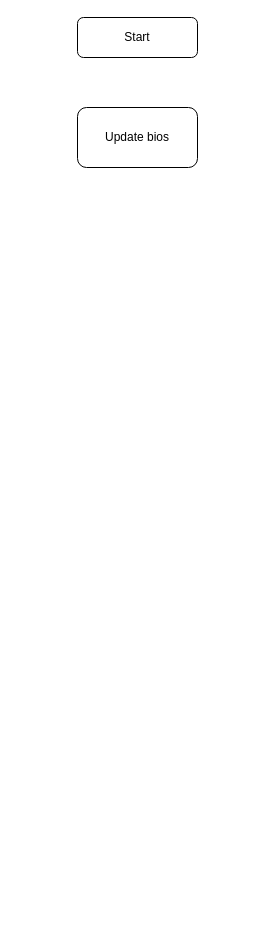
fallenprogrammr/opencore keeps this draw.io diagram as desktop-workflow.drawio. Above is the earlier version. Source tidied: cells renumbered, new cells numbered last; positions are measured from the earlier drawing's top-left corner, leaving out a move shared by most shapes. Both pictures are drawn from the tidied source at 100%, with x=0, y=0 at pixel (7, 17).
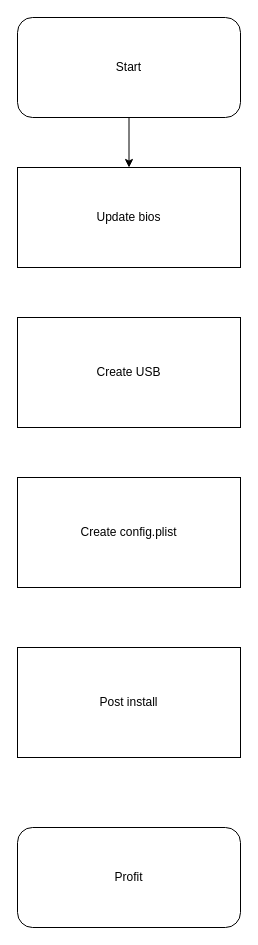
The same page after the edit.

What changed in the source:
```diff
@@
 <mxGraphModel>
   <root>
     <mxCell id="0" />
     <mxCell id="1" parent="0" />
     <mxCell id="2" value="Start" style="rounded=1;whiteSpace=wrap;html=1;fontSize=12;glass=0;strokeWidth=1;shadow=0;" parent="1" vertex="1">
-      <mxGeometry x="70" width="120" height="40" as="geometry" />
+      <mxGeometry x="10" width="223" height="100" as="geometry" />
     </mxCell>
     <mxCell id="3" value="Yes" style="edgeStyle=orthogonalEdgeStyle;rounded=0;html=1;jettySize=auto;orthogonalLoop=1;fontSize=11;endArrow=block;endFill=0;endSize=8;strokeWidth=1;shadow=0;labelBackgroundColor=none;" parent="1" edge="1">
       <mxGeometry y="10" relative="1" as="geometry">
         <mxPoint y="300" as="sourcePoint" />
       </mxGeometry>
     </mxCell>
-    <mxCell id="4" value="Update bios" style="rounded=1;whiteSpace=wrap;html=1;" parent="1" vertex="1">
-      <mxGeometry x="70" y="90" width="120" height="60" as="geometry" />
+    <mxCell id="4" value="Update bios" style="rounded=0;whiteSpace=wrap;html=1;" parent="1" vertex="1">
+      <mxGeometry x="10" y="150" width="223" height="100" as="geometry" />
     </mxCell>
+    <mxCell id="5" value="Create USB" style="rounded=0;whiteSpace=wrap;html=1;" parent="1" vertex="1">
+      <mxGeometry x="10" y="300" width="223" height="110" as="geometry" />
+    </mxCell>
+    <mxCell id="6" value="Create config.plist" style="rounded=0;whiteSpace=wrap;html=1;" parent="1" vertex="1">
+      <mxGeometry x="10" y="460" width="223" height="110" as="geometry" />
+    </mxCell>
+    <mxCell id="7" value="Post install" style="rounded=0;whiteSpace=wrap;html=1;" parent="1" vertex="1">
+      <mxGeometry x="10" y="630" width="223" height="110" as="geometry" />
+    </mxCell>
+    <mxCell id="8" value="Profit" style="rounded=1;whiteSpace=wrap;html=1;fontSize=12;glass=0;strokeWidth=1;shadow=0;" parent="1" vertex="1">
+      <mxGeometry x="10" y="810" width="223" height="100" as="geometry" />
+    </mxCell>
+    <mxCell id="9" style="endArrow=classic;html=1;exitX=0.5;exitY=1;exitDx=0;exitDy=0;" parent="1" edge="1" source="2" target="4">
+      <mxGeometry relative="1" as="geometry" />
+    </mxCell>
   </root>
 </mxGraphModel>
```
